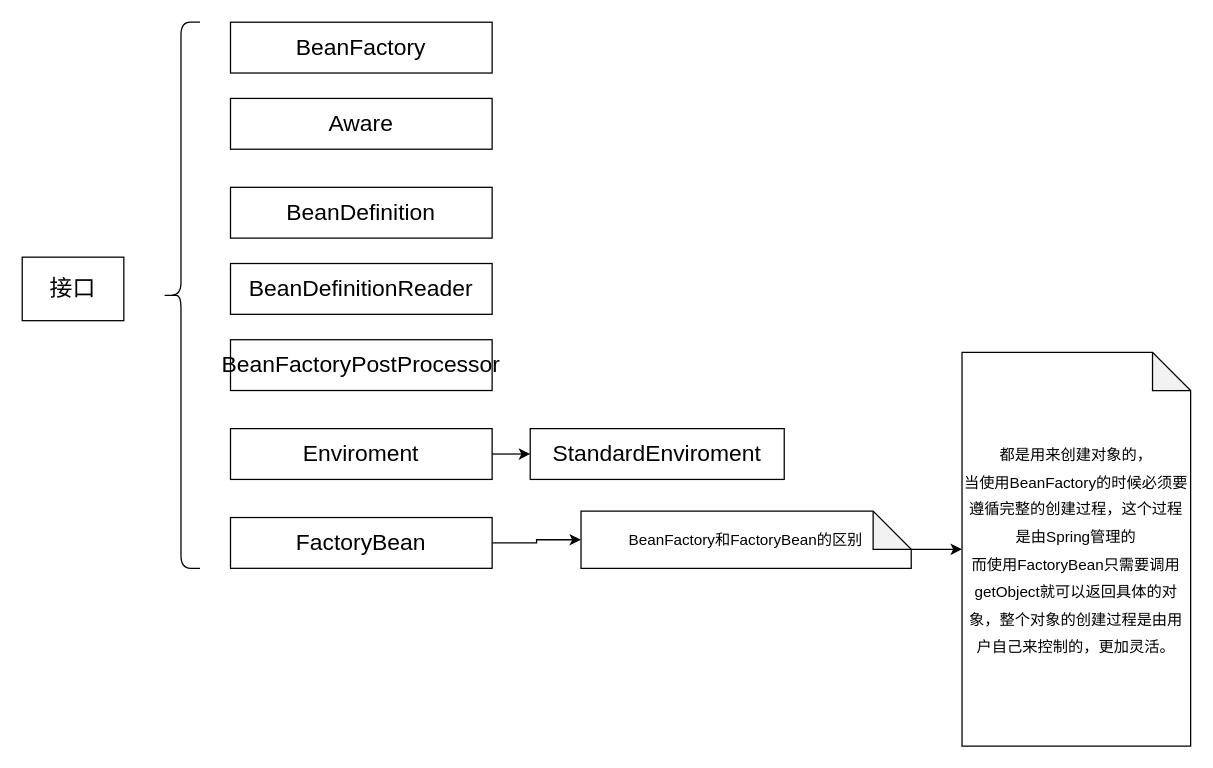
The draw.io diagram Spring.drawio in wxy0724/brian-diagram, before the edit. Source tidied: cells renumbered, new cells numbered last; positions are measured from the earlier drawing's top-left corner, leaving out a move shared by most shapes. Both pictures are drawn from the tidied source at 127%, with x=0, y=0 at pixel (22, 22).
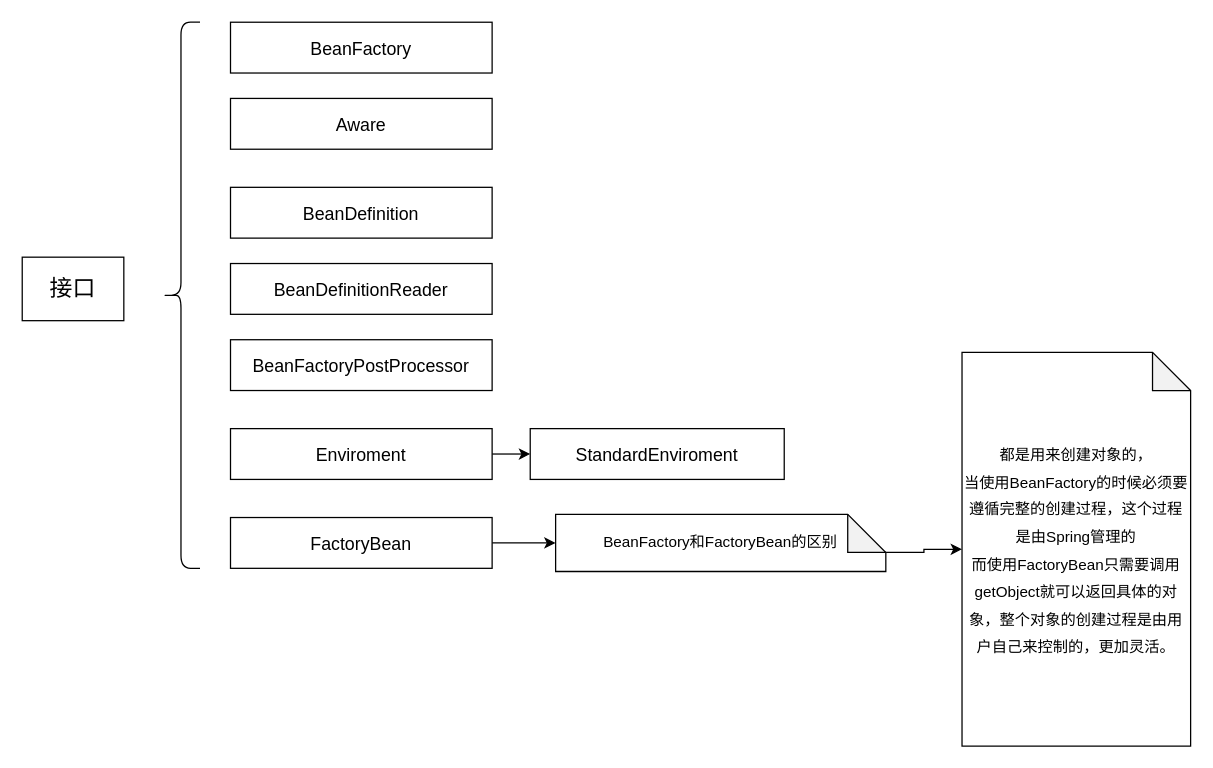
After the change.

Diff of the diagram source:
```diff
@@
 <mxGraphModel>
   <root>
     <mxCell id="0" />
     <mxCell id="1" parent="0" />
     <mxCell id="2" value="&lt;font style=&quot;font-size: 18px&quot;&gt;接口&lt;/font&gt;" style="rounded=0;whiteSpace=wrap;html=1;" parent="1" vertex="1">
       <mxGeometry y="185" width="80" height="50" as="geometry" />
     </mxCell>
-    <mxCell id="3" value="BeanFactory" style="rounded=0;whiteSpace=wrap;html=1;fontSize=18;" parent="1" vertex="1">
+    <mxCell id="3" value="&lt;font style=&quot;font-size: 14px&quot;&gt;BeanFactory&lt;/font&gt;" style="rounded=0;whiteSpace=wrap;html=1;fontSize=18;" parent="1" vertex="1">
       <mxGeometry x="164" width="206" height="40" as="geometry" />
     </mxCell>
-    <mxCell id="4" value="Aware" style="rounded=0;whiteSpace=wrap;html=1;fontSize=18;" parent="1" vertex="1">
+    <mxCell id="4" value="&lt;font style=&quot;font-size: 14px&quot;&gt;Aware&lt;/font&gt;" style="rounded=0;whiteSpace=wrap;html=1;fontSize=18;" parent="1" vertex="1">
       <mxGeometry x="164" y="60" width="206" height="40" as="geometry" />
     </mxCell>
-    <mxCell id="5" value="BeanDefinition" style="rounded=0;whiteSpace=wrap;html=1;fontSize=18;" parent="1" vertex="1">
+    <mxCell id="5" value="&lt;font style=&quot;font-size: 14px&quot;&gt;BeanDefinition&lt;/font&gt;" style="rounded=0;whiteSpace=wrap;html=1;fontSize=18;" parent="1" vertex="1">
       <mxGeometry x="164" y="130" width="206" height="40" as="geometry" />
     </mxCell>
-    <mxCell id="6" value="BeanDefinitionReader" style="rounded=0;whiteSpace=wrap;html=1;fontSize=18;" parent="1" vertex="1">
+    <mxCell id="6" value="&lt;font style=&quot;font-size: 14px&quot;&gt;BeanDefinitionReader&lt;/font&gt;" style="rounded=0;whiteSpace=wrap;html=1;fontSize=18;" parent="1" vertex="1">
       <mxGeometry x="164" y="190" width="206" height="40" as="geometry" />
     </mxCell>
-    <mxCell id="7" value="BeanFactoryPostProcessor" style="rounded=0;whiteSpace=wrap;html=1;fontSize=18;" parent="1" vertex="1">
+    <mxCell id="7" value="&lt;font style=&quot;font-size: 14px&quot;&gt;BeanFactoryPostProcessor&lt;/font&gt;" style="rounded=0;whiteSpace=wrap;html=1;fontSize=18;" parent="1" vertex="1">
       <mxGeometry x="164" y="250" width="206" height="40" as="geometry" />
     </mxCell>
     <mxCell id="8" style="edgeStyle=orthogonalEdgeStyle;rounded=0;jettySize=auto;html=1;exitX=1;exitY=0.5;exitDx=0;exitDy=0;entryX=0;entryY=0.5;entryDx=0;entryDy=0;fontSize=18;" parent="1" edge="1" source="9" target="12">
       <mxGeometry relative="1" as="geometry" />
     </mxCell>
-    <mxCell id="9" value="Enviroment" style="rounded=0;whiteSpace=wrap;html=1;fontSize=18;" parent="1" vertex="1">
+    <mxCell id="9" value="&lt;font style=&quot;font-size: 14px&quot;&gt;Enviroment&lt;/font&gt;" style="rounded=0;whiteSpace=wrap;html=1;fontSize=18;" parent="1" vertex="1">
       <mxGeometry x="164" y="320" width="206" height="40" as="geometry" />
     </mxCell>
     <mxCell id="10" style="edgeStyle=orthogonalEdgeStyle;rounded=0;jettySize=auto;html=1;exitX=1;exitY=0.5;exitDx=0;exitDy=0;fontSize=18;entryX=0;entryY=0.5;entryDx=0;entryDy=0;entryPerimeter=0;" parent="1" edge="1" source="11" target="16">
       <mxGeometry relative="1" as="geometry" />
     </mxCell>
-    <mxCell id="11" value="FactoryBean" style="rounded=0;whiteSpace=wrap;html=1;fontSize=18;" parent="1" vertex="1">
+    <mxCell id="11" value="&lt;font style=&quot;font-size: 14px&quot;&gt;FactoryBean&lt;/font&gt;" style="rounded=0;whiteSpace=wrap;html=1;fontSize=18;" parent="1" vertex="1">
       <mxGeometry x="164" y="390" width="206" height="40" as="geometry" />
     </mxCell>
-    <mxCell id="12" value="StandardEnviroment" style="rounded=0;whiteSpace=wrap;html=1;fontSize=18;" parent="1" vertex="1">
+    <mxCell id="12" value="&lt;font style=&quot;font-size: 14px&quot;&gt;StandardEnviroment&lt;/font&gt;" style="rounded=0;whiteSpace=wrap;html=1;fontSize=18;" parent="1" vertex="1">
       <mxGeometry x="400" y="320" width="200" height="40" as="geometry" />
     </mxCell>
     <mxCell id="13" style="shape=curlyBracket;whiteSpace=wrap;html=1;rounded=1;fontSize=18;" parent="1" vertex="1">
       <mxGeometry x="110" width="30" height="430" as="geometry" />
     </mxCell>
     <mxCell id="14" value="&lt;font style=&quot;font-size: 12px&quot;&gt;都是用来创建对象的，&lt;br&gt;当使用BeanFactory的时候必须要遵循完整的创建过程，这个过程是由Spring管理的&lt;br&gt;而使用FactoryBean只需要调用getObject就可以返回具体的对象，整个对象的创建过程是由用户自己来控制的，更加灵活。&lt;br&gt;&lt;/font&gt;" style="shape=note;whiteSpace=wrap;html=1;backgroundOutline=1;darkOpacity=0.05;fontSize=18;" parent="1" vertex="1">
       <mxGeometry x="740" y="260" width="180" height="310" as="geometry" />
     </mxCell>
     <mxCell id="15" style="edgeStyle=orthogonalEdgeStyle;rounded=0;jettySize=auto;html=1;exitX=0;exitY=0;exitDx=220;exitDy=30;exitPerimeter=0;fontSize=12;" parent="1" edge="1" source="16" target="14">
       <mxGeometry relative="1" as="geometry" />
     </mxCell>
     <mxCell id="16" value="&lt;font style=&quot;font-size: 12px&quot;&gt;BeanFactory和FactoryBean的区别&lt;/font&gt;" style="shape=note;whiteSpace=wrap;html=1;backgroundOutline=1;darkOpacity=0.05;fontSize=12;" parent="1" vertex="1">
-      <mxGeometry x="440" y="385" width="260" height="45" as="geometry" />
+      <mxGeometry x="420" y="387.5" width="260" height="45" as="geometry" />
     </mxCell>
   </root>
 </mxGraphModel>
```
